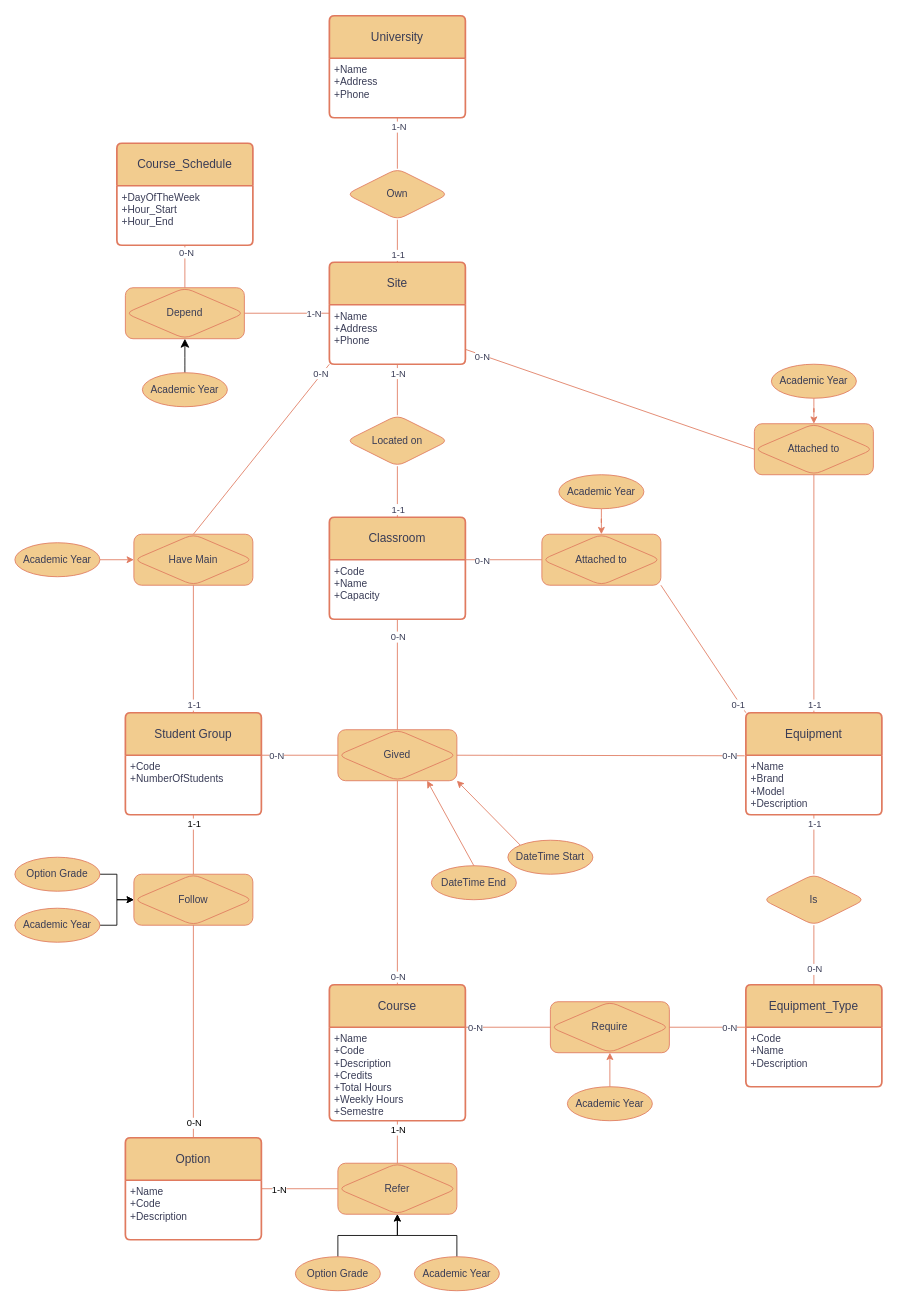
This is EA_Diagram.drawio from fratjo/Calempus360, a draw.io file, before an edit. Source tidied: cells renumbered, new cells numbered last; positions are measured from the earlier drawing's top-left corner, leaving out a move shared by most shapes. Both pictures are drawn from the tidied source at 85%, with x=0, y=0 at pixel (14, 15).
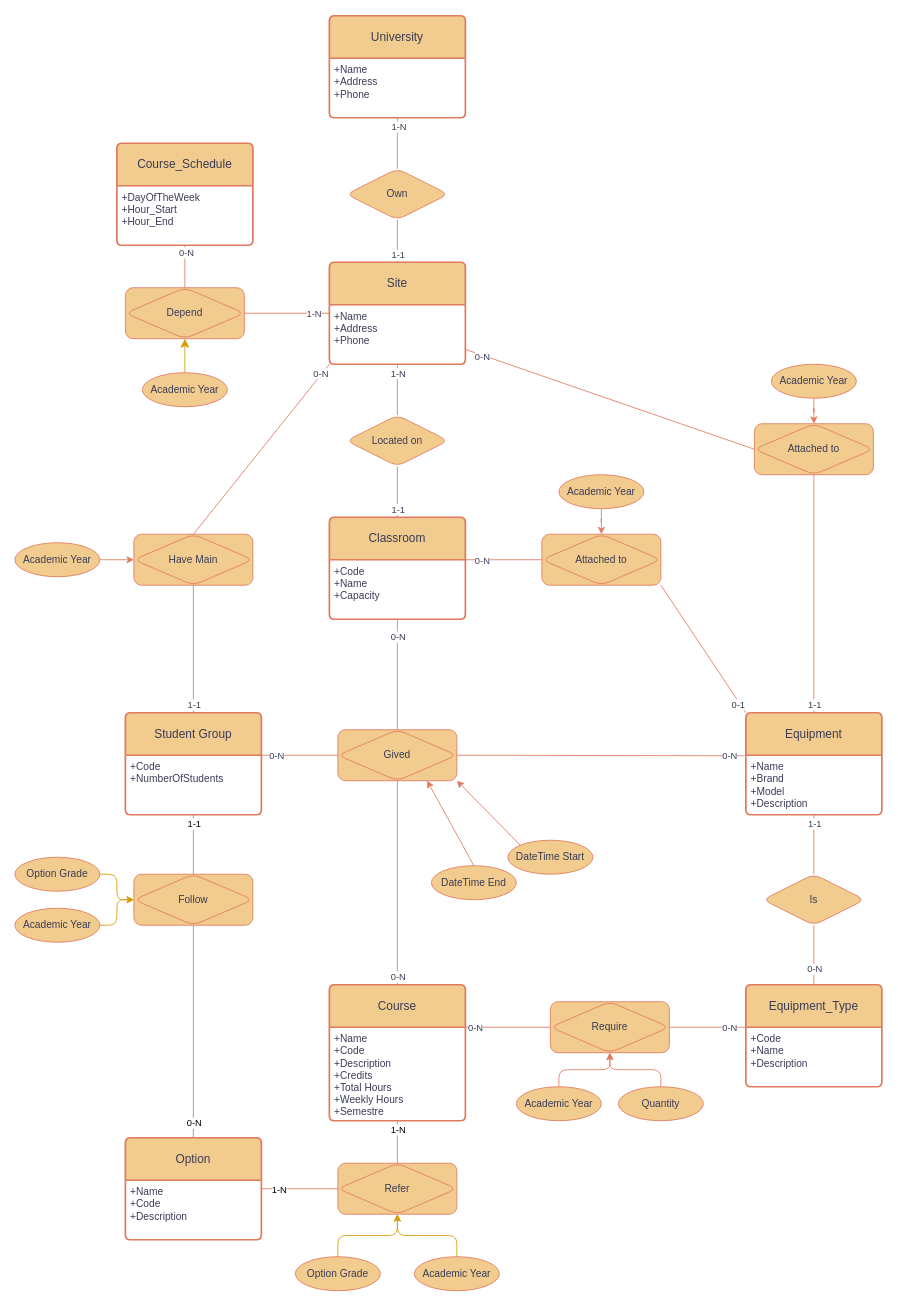
After the change.

Unchanged cells that the change refers to:
```xml
<mxCell id="55" value="Academic Year" style="ellipse;whiteSpace=wrap;html=1;align=center;rounded=1;strokeColor=#E07A5F;fontColor=#393C56;fillColor=#F2CC8F;" parent="1" vertex="1">
  <mxGeometry x="150" y="420" width="100" height="40" as="geometry" />
</mxCell>
<mxCell id="56" value="Require" style="shape=associativeEntity;whiteSpace=wrap;html=1;align=center;rounded=1;strokeColor=#E07A5F;fontColor=#393C56;fillColor=#F2CC8F;" parent="1" vertex="1">
  <mxGeometry x="630" y="1160" width="140" height="60" as="geometry" />
</mxCell>
<mxCell id="74" value="Follow" style="shape=associativeEntity;whiteSpace=wrap;html=1;align=center;rounded=1;strokeColor=#E07A5F;fontColor=#393C56;fillColor=#F2CC8F;" parent="1" vertex="1">
  <mxGeometry x="140" y="1010" width="140" height="60" as="geometry" />
</mxCell>
<mxCell id="75" value="Refer" style="shape=associativeEntity;whiteSpace=wrap;html=1;align=center;rounded=1;strokeColor=#E07A5F;fontColor=#393C56;fillColor=#F2CC8F;" parent="1" vertex="1">
  <mxGeometry x="380" y="1350" width="140" height="60" as="geometry" />
</mxCell>
<mxCell id="81" value="Academic Year" style="ellipse;whiteSpace=wrap;html=1;align=center;rounded=1;strokeColor=#E07A5F;fontColor=#393C56;fillColor=#F2CC8F;" parent="1" vertex="1">
  <mxGeometry y="1050" width="100" height="40" as="geometry" />
</mxCell>
<mxCell id="87" value="Option Grade" style="ellipse;whiteSpace=wrap;html=1;align=center;rounded=1;strokeColor=#E07A5F;fontColor=#393C56;fillColor=#F2CC8F;" parent="1" vertex="1">
  <mxGeometry x="330" y="1460" width="100" height="40" as="geometry" />
</mxCell>
<mxCell id="89" value="Option Grade" style="ellipse;whiteSpace=wrap;html=1;align=center;rounded=1;strokeColor=#E07A5F;fontColor=#393C56;fillColor=#F2CC8F;" parent="1" vertex="1">
  <mxGeometry y="990" width="100" height="40" as="geometry" />
</mxCell>
<mxCell id="92" value="Academic Year" style="ellipse;whiteSpace=wrap;html=1;align=center;rounded=1;strokeColor=#E07A5F;fontColor=#393C56;fillColor=#F2CC8F;" parent="1" vertex="1">
  <mxGeometry x="470" y="1460" width="100" height="40" as="geometry" />
</mxCell>
<mxCell id="100" value="Depend" style="shape=associativeEntity;whiteSpace=wrap;html=1;align=center;rounded=1;strokeColor=#E07A5F;fontColor=#393C56;fillColor=#F2CC8F;" parent="1" vertex="1">
  <mxGeometry x="130" y="320" width="140" height="60" as="geometry" />
</mxCell>
```

The edit, as a diff of the source:
```diff
@@
-    <mxCell id="54" style="edgeStyle=none;curved=1;rounded=0;jettySize=auto;html=1;fontSize=12;startSize=8;endSize=8;" parent="1" edge="1" source="55" target="100">
+    <mxCell id="54" style="edgeStyle=none;curved=1;rounded=0;jettySize=auto;html=1;fontSize=12;startSize=8;endSize=8;fillColor=#ffe6cc;strokeColor=#d79b00;" parent="1" edge="1" source="55" target="100">
       <mxGeometry relative="1" as="geometry" />
     </mxCell>
@@
     <mxCell id="58" value="Academic Year" style="ellipse;whiteSpace=wrap;html=1;align=center;rounded=1;strokeColor=#E07A5F;fontColor=#393C56;fillColor=#F2CC8F;" parent="1" vertex="1">
-      <mxGeometry x="650" y="1260" width="100" height="40" as="geometry" />
+      <mxGeometry x="590" y="1260" width="100" height="40" as="geometry" />
     </mxCell>
@@
-    <mxCell id="80" style="edgeStyle=orthogonalEdgeStyle;rounded=0;jettySize=auto;html=1;" parent="1" edge="1" source="81" target="74">
+    <mxCell id="80" style="edgeStyle=orthogonalEdgeStyle;rounded=1;jettySize=auto;html=1;fillColor=#ffe6cc;strokeColor=#d79b00;curved=0;" parent="1" edge="1" source="81" target="74">
       <mxGeometry relative="1" as="geometry" />
     </mxCell>
@@
-    <mxCell id="86" style="edgeStyle=orthogonalEdgeStyle;rounded=0;jettySize=auto;html=1;" parent="1" edge="1" source="87" target="75">
+    <mxCell id="86" style="edgeStyle=orthogonalEdgeStyle;rounded=1;jettySize=auto;html=1;fillColor=#ffe6cc;strokeColor=#d79b00;curved=0;" parent="1" edge="1" source="87" target="75">
       <mxGeometry relative="1" as="geometry" />
     </mxCell>
@@
-    <mxCell id="88" style="edgeStyle=orthogonalEdgeStyle;rounded=0;jettySize=auto;html=1;" parent="1" edge="1" source="89" target="74">
+    <mxCell id="88" style="edgeStyle=orthogonalEdgeStyle;rounded=1;jettySize=auto;html=1;fillColor=#ffe6cc;strokeColor=#d79b00;curved=0;" parent="1" edge="1" source="89" target="74">
       <mxGeometry relative="1" as="geometry" />
     </mxCell>
@@
-    <mxCell id="91" style="edgeStyle=orthogonalEdgeStyle;rounded=0;jettySize=auto;html=1;" parent="1" edge="1" source="92" target="75">
+    <mxCell id="91" style="edgeStyle=orthogonalEdgeStyle;rounded=1;jettySize=auto;html=1;fillColor=#ffe6cc;strokeColor=#d79b00;curved=0;" parent="1" edge="1" source="92" target="75">
       <mxGeometry relative="1" as="geometry" />
     </mxCell>
@@
+    <mxCell id="101" value="Quantity" style="ellipse;whiteSpace=wrap;html=1;align=center;rounded=1;strokeColor=#E07A5F;fontColor=#393C56;fillColor=#F2CC8F;" parent="1" vertex="1">
+      <mxGeometry x="710" y="1260" width="100" height="40" as="geometry" />
+    </mxCell>
+    <mxCell id="102" style="edgeStyle=orthogonalEdgeStyle;rounded=1;jettySize=auto;html=1;strokeColor=#E07A5F;fontColor=#393C56;fillColor=#F2CC8F;exitX=0.5;exitY=0;exitDx=0;exitDy=0;entryX=0.5;entryY=1;entryDx=0;entryDy=0;" parent="1" edge="1" source="101" target="56">
+      <mxGeometry relative="1" as="geometry" />
+    </mxCell>
```
